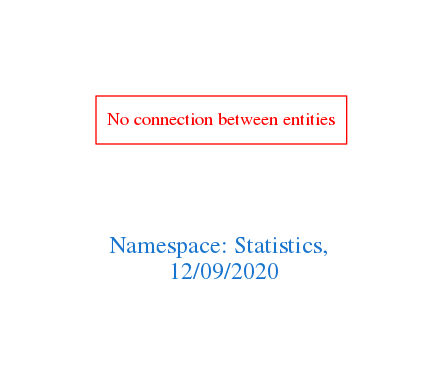
Above: downloads/Statistics.png in arago/OGIT (Graphviz), before the change. Its source is kept beside it as downloads/Statistics.dot.
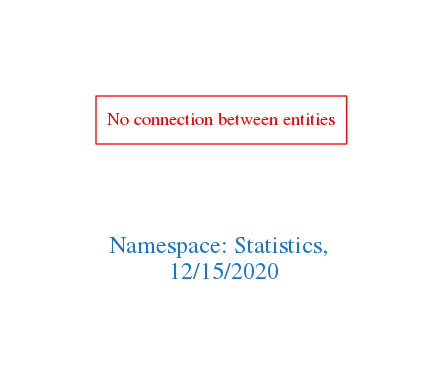
The same file after the commit.

The edit, as a diff of the source:
```diff
@@ -1,7 +1,7 @@
 digraph OGIT_ontology {
  graph [ rankdir= LR,pad=1
 fontsize = 18,
-fontcolor= dodgerblue3,label = "\n\n\nNamespace: Statistics, \n 12/09/2020"];
+fontcolor= dodgerblue3,label = "\n\n\nNamespace: Statistics, \n 12/15/2020"];
 node[shape=polygon];
 edge [  color="gray81"];
 
```
